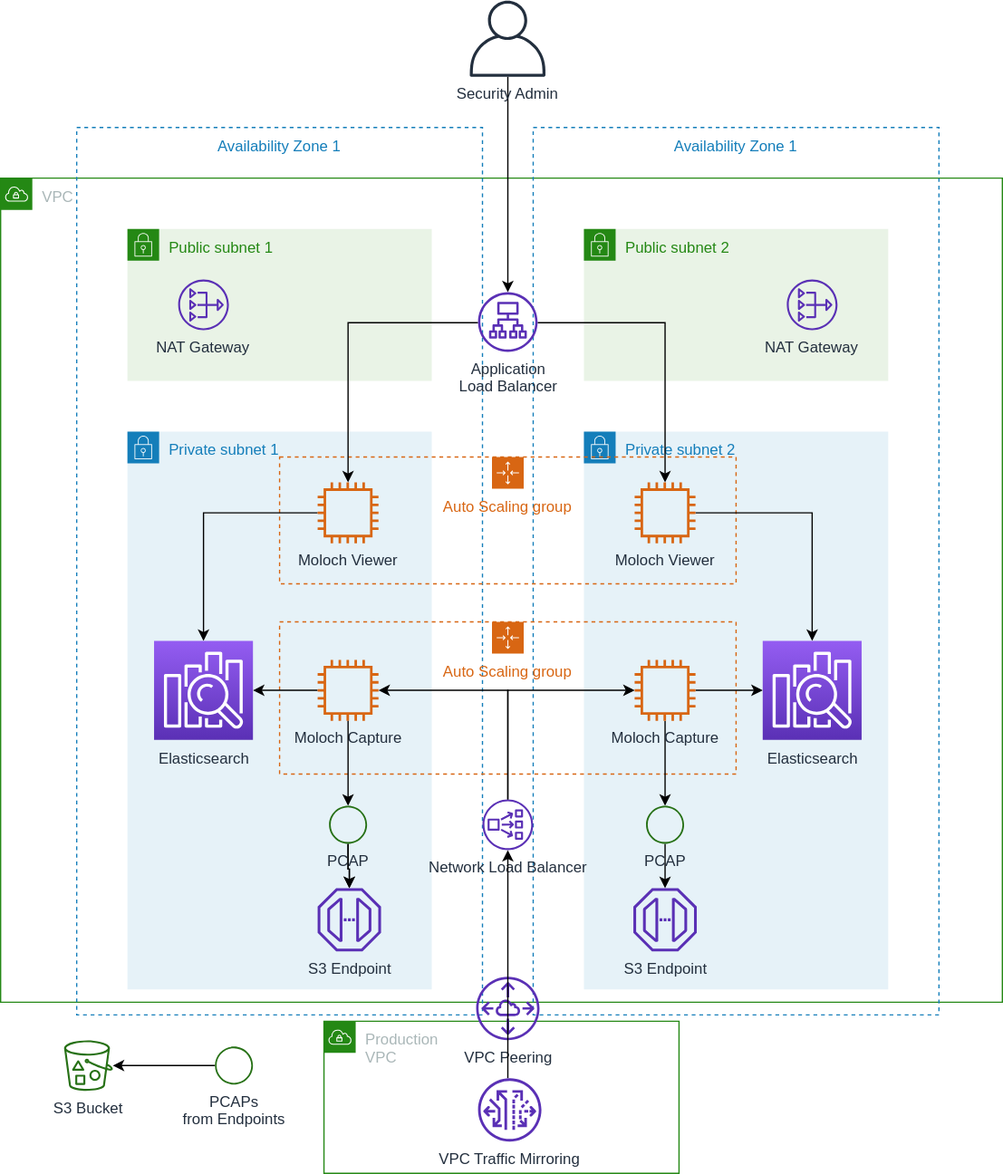
The draw.io diagram diagram.svg in fj604/arkime-vpc-cfn, before a commit. Source tidied: cells renumbered, new cells last; positions are measured from the earlier drawing's top-left corner, leaving out a move shared by most shapes.
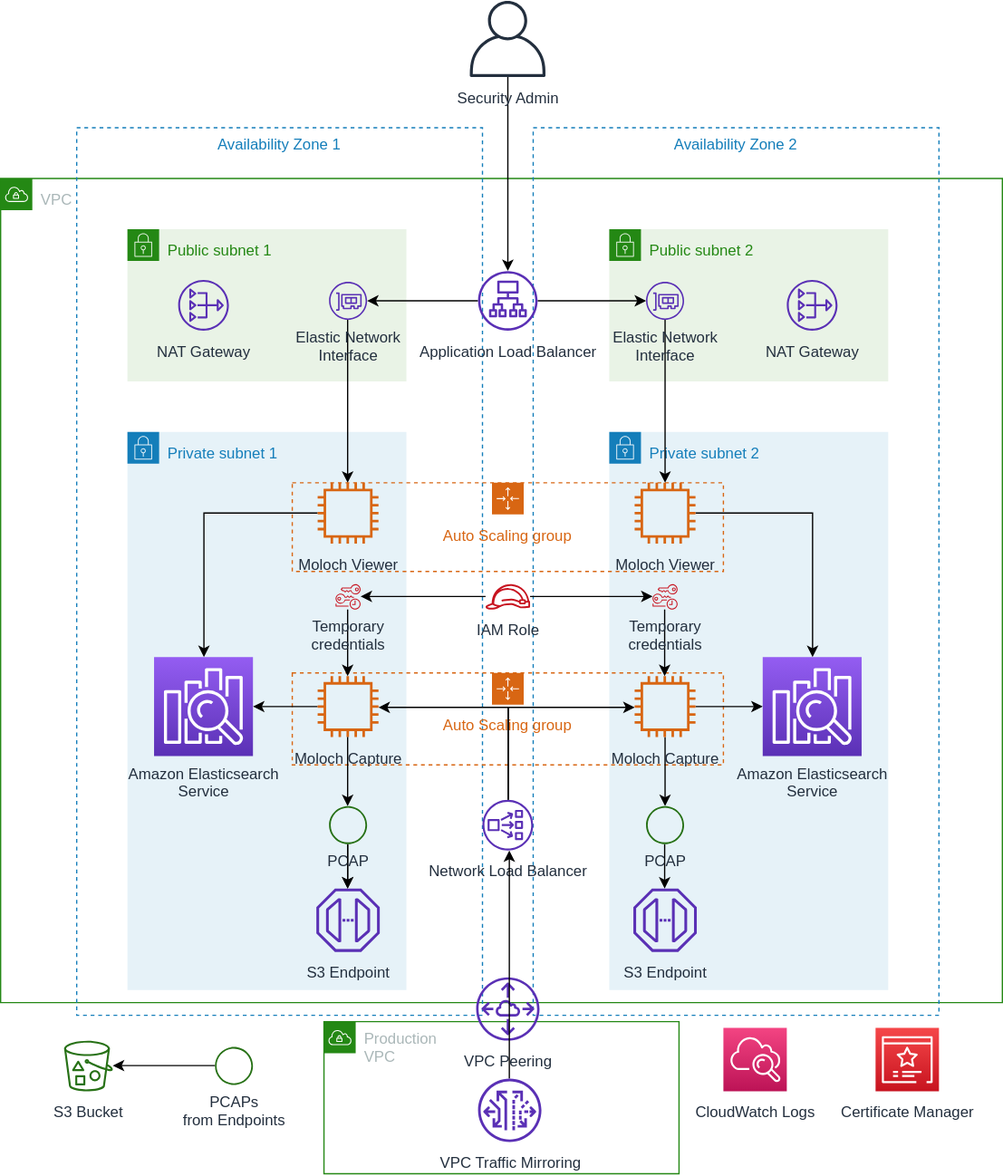
The same diagram one commit later.

The edit, as a diff of the source:
```diff
@@ -8,29 +8,29 @@
     <mxCell id="3" value="VPC" style="gradientColor=none;html=1;whiteSpace=wrap;fontSize=12;fontStyle=0;shape=mxgraph.aws4.group;grIcon=mxgraph.aws4.group_vpc;strokeColor=#248814;fillColor=none;verticalAlign=top;align=left;spacingLeft=30;fontColor=#AAB7B8;dashed=0;" parent="1" vertex="1">
       <mxGeometry y="140" width="790" height="650" as="geometry" />
     </mxCell>
-    <mxCell id="4" value="Availability Zone 1" style="fillColor=none;strokeColor=#147EBA;dashed=1;verticalAlign=top;fontStyle=0;fontColor=#147EBA;" parent="1" vertex="1">
+    <mxCell id="4" value="Availability Zone 2" style="fillColor=none;strokeColor=#147EBA;dashed=1;verticalAlign=top;fontStyle=0;fontColor=#147EBA;" parent="1" vertex="1">
       <mxGeometry x="420" y="100" width="320" height="700" as="geometry" />
     </mxCell>
     <mxCell id="5" value="Public subnet 2" style="gradientColor=none;html=1;whiteSpace=wrap;fontSize=12;fontStyle=0;shape=mxgraph.aws4.group;grIcon=mxgraph.aws4.group_security_group;grStroke=0;strokeColor=#248814;fillColor=#E9F3E6;verticalAlign=top;align=left;spacingLeft=30;fontColor=#248814;dashed=0;" parent="1" vertex="1">
-      <mxGeometry x="460" y="180" width="240" height="120" as="geometry" />
+      <mxGeometry x="480" y="180" width="220" height="120" as="geometry" />
     </mxCell>
     <mxCell id="6" value="Private subnet 2&lt;br&gt;" style="gradientColor=none;html=1;whiteSpace=wrap;fontSize=12;fontStyle=0;shape=mxgraph.aws4.group;grIcon=mxgraph.aws4.group_security_group;grStroke=0;strokeColor=#147EBA;fillColor=#E6F2F8;verticalAlign=top;align=left;spacingLeft=30;fontColor=#147EBA;dashed=0;" parent="1" vertex="1">
-      <mxGeometry x="460" y="340" width="240" height="440" as="geometry" />
+      <mxGeometry x="480" y="340" width="220" height="440" as="geometry" />
     </mxCell>
     <mxCell id="7" value="Availability Zone 1" style="fillColor=none;strokeColor=#147EBA;dashed=1;verticalAlign=top;fontStyle=0;fontColor=#147EBA;" parent="1" vertex="1">
       <mxGeometry x="60" y="100" width="320" height="700" as="geometry" />
     </mxCell>
     <mxCell id="8" value="Public subnet 1" style="gradientColor=none;html=1;whiteSpace=wrap;fontSize=12;fontStyle=0;shape=mxgraph.aws4.group;grIcon=mxgraph.aws4.group_security_group;grStroke=0;strokeColor=#248814;fillColor=#E9F3E6;verticalAlign=top;align=left;spacingLeft=30;fontColor=#248814;dashed=0;" parent="1" vertex="1">
-      <mxGeometry x="100" y="180" width="240" height="120" as="geometry" />
+      <mxGeometry x="100" y="180" width="220" height="120" as="geometry" />
     </mxCell>
     <mxCell id="9" value="Private subnet 1" style="gradientColor=none;html=1;whiteSpace=wrap;fontSize=12;fontStyle=0;shape=mxgraph.aws4.group;grIcon=mxgraph.aws4.group_security_group;grStroke=0;strokeColor=#147EBA;fillColor=#E6F2F8;verticalAlign=top;align=left;spacingLeft=30;fontColor=#147EBA;dashed=0;" parent="1" vertex="1">
-      <mxGeometry x="100" y="340" width="240" height="440" as="geometry" />
+      <mxGeometry x="100" y="340" width="220" height="440" as="geometry" />
     </mxCell>
     <mxCell id="10" value="Auto Scaling group" style="gradientColor=none;html=1;whiteSpace=wrap;fontSize=12;fontStyle=0;shape=mxgraph.aws4.groupCenter;grIcon=mxgraph.aws4.group_auto_scaling_group;grStroke=1;strokeColor=#D86613;fillColor=none;verticalAlign=top;align=center;fontColor=#D86613;dashed=1;spacingTop=25;" parent="1" vertex="1">
-      <mxGeometry x="220" y="360" width="360" height="100" as="geometry" />
+      <mxGeometry x="230" y="380" width="340" height="70" as="geometry" />
     </mxCell>
     <mxCell id="11" value="Auto Scaling group" style="gradientColor=none;html=1;whiteSpace=wrap;fontSize=12;fontStyle=0;shape=mxgraph.aws4.groupCenter;grIcon=mxgraph.aws4.group_auto_scaling_group;grStroke=1;strokeColor=#D86613;fillColor=none;verticalAlign=top;align=center;fontColor=#D86613;dashed=1;spacingTop=25;" parent="1" vertex="1">
-      <mxGeometry x="220" y="490" width="360" height="120" as="geometry" />
+      <mxGeometry x="230" y="530" width="340" height="72.5" as="geometry" />
     </mxCell>
     <mxCell id="12" style="edgeStyle=orthogonalEdgeStyle;rounded=0;jettySize=auto;html=1;" parent="1" edge="1" source="13" target="33">
       <mxGeometry relative="1" as="geometry" />
@@ -56,14 +56,14 @@
     <mxCell id="19" value="VPC Peering" style="fontColor=#232F3E;gradientColor=none;fillColor=#5A30B5;strokeColor=none;dashed=0;verticalLabelPosition=bottom;verticalAlign=top;align=center;html=1;fontSize=12;fontStyle=0;shape=mxgraph.aws4.peering;" parent="1" vertex="1">
       <mxGeometry x="375" y="770" width="50" height="50" as="geometry" />
     </mxCell>
-    <mxCell id="20" style="edgeStyle=orthogonalEdgeStyle;rounded=0;jettySize=auto;html=1;" parent="1" edge="1" source="22" target="13">
-      <mxGeometry relative="1" as="geometry" />
-    </mxCell>
-    <mxCell id="21" style="edgeStyle=orthogonalEdgeStyle;rounded=0;jettySize=auto;html=1;" parent="1" edge="1" source="22" target="16">
-      <mxGeometry relative="1" as="geometry" />
-    </mxCell>
+    <mxCell id="47" style="edgeStyle=orthogonalEdgeStyle;rounded=0;jettySize=auto;html=1;" parent="1" edge="1" source="22" target="59">
+      <mxGeometry relative="1" as="geometry" />
+    </mxCell>
+    <mxCell id="48" style="edgeStyle=orthogonalEdgeStyle;rounded=0;jettySize=auto;html=1;" parent="1" edge="1" source="22" target="61">
+      <mxGeometry relative="1" as="geometry" />
+    </mxCell>
-    <mxCell id="22" value="Application&lt;br&gt;Load Balancer" style="outlineConnect=0;fontColor=#232F3E;gradientColor=none;fillColor=#5A30B5;strokeColor=none;dashed=0;verticalLabelPosition=bottom;verticalAlign=top;align=center;html=1;fontSize=12;fontStyle=0;shape=mxgraph.aws4.application_load_balancer;" parent="1" vertex="1">
-      <mxGeometry x="376.5" y="230" width="47" height="47" as="geometry" />
+    <mxCell id="22" value="Application Load Balancer" style="outlineConnect=0;fontColor=#232F3E;gradientColor=none;fillColor=#5A30B5;strokeColor=none;dashed=0;verticalLabelPosition=bottom;verticalAlign=top;align=center;html=1;fontSize=12;fontStyle=0;shape=mxgraph.aws4.application_load_balancer;" parent="1" vertex="1">
+      <mxGeometry x="376.5" y="213" width="47" height="47" as="geometry" />
     </mxCell>
     <mxCell id="23" value="Network Load Balancer" style="outlineConnect=0;fontColor=#232F3E;gradientColor=none;fillColor=#5A30B5;strokeColor=none;dashed=0;verticalLabelPosition=bottom;verticalAlign=top;align=center;html=1;fontSize=12;fontStyle=0;shape=mxgraph.aws4.network_load_balancer;" parent="1" vertex="1">
       <mxGeometry x="380" y="630" width="40" height="40" as="geometry" />
@@ -75,7 +75,7 @@
       <mxGeometry relative="1" as="geometry" />
     </mxCell>
     <mxCell id="26" value="Moloch Capture" style="outlineConnect=0;fontColor=#232F3E;gradientColor=none;fillColor=#D86613;strokeColor=none;dashed=0;verticalLabelPosition=bottom;verticalAlign=top;align=center;html=1;fontSize=12;fontStyle=0;shape=mxgraph.aws4.instance2;" parent="1" vertex="1">
-      <mxGeometry x="250" y="520" width="48" height="48" as="geometry" />
+      <mxGeometry x="250" y="532.5" width="48" height="48" as="geometry" />
     </mxCell>
     <mxCell id="27" style="edgeStyle=orthogonalEdgeStyle;rounded=0;jettySize=auto;html=1;" parent="1" edge="1" source="30" target="34">
       <mxGeometry relative="1" as="geometry" />
@@ -86,12 +86,12 @@
     <mxCell id="29" style="edgeStyle=orthogonalEdgeStyle;rounded=0;jettySize=auto;html=1;" parent="1" edge="1" source="23" target="30">
       <mxGeometry relative="1" as="geometry">
         <Array as="points">
-          <mxPoint x="400" y="544" />
+          <mxPoint x="400" y="557" />
         </Array>
       </mxGeometry>
     </mxCell>
     <mxCell id="30" value="Moloch Capture" style="outlineConnect=0;fontColor=#232F3E;gradientColor=none;fillColor=#D86613;strokeColor=none;dashed=0;verticalLabelPosition=bottom;verticalAlign=top;align=center;html=1;fontSize=12;fontStyle=0;shape=mxgraph.aws4.instance2;" parent="1" vertex="1">
-      <mxGeometry x="500" y="520" width="48" height="48" as="geometry" />
+      <mxGeometry x="500" y="532.5" width="48" height="48" as="geometry" />
     </mxCell>
     <mxCell id="31" style="edgeStyle=orthogonalEdgeStyle;rounded=0;jettySize=auto;html=1;" parent="1" edge="1" source="32" target="23">
       <mxGeometry relative="1" as="geometry">
@@ -104,14 +104,14 @@
     <mxCell id="32" value="VPC Traffic Mirroring" style="outlineConnect=0;fontColor=#232F3E;gradientColor=none;fillColor=#5A30B5;strokeColor=none;dashed=0;verticalLabelPosition=bottom;verticalAlign=top;align=center;html=1;fontSize=12;fontStyle=0;shape=mxgraph.aws4.vpc_traffic_mirroring;" parent="1" vertex="1">
       <mxGeometry x="376.5" y="850" width="50" height="50" as="geometry" />
     </mxCell>
-    <mxCell id="33" value="Elasticsearch" style="outlineConnect=0;fontColor=#232F3E;gradientColor=#945DF2;gradientDirection=north;fillColor=#5A30B5;strokeColor=#ffffff;dashed=0;verticalLabelPosition=bottom;verticalAlign=top;align=center;html=1;fontSize=12;fontStyle=0;shape=mxgraph.aws4.resourceIcon;resIcon=mxgraph.aws4.elasticsearch_service;" parent="1" vertex="1">
-      <mxGeometry x="121" y="505" width="78" height="78" as="geometry" />
+    <mxCell id="33" value="Amazon Elasticsearch&lt;br&gt;Service" style="outlineConnect=0;fontColor=#232F3E;gradientColor=#945DF2;gradientDirection=north;fillColor=#5A30B5;strokeColor=#ffffff;dashed=0;verticalLabelPosition=bottom;verticalAlign=top;align=center;html=1;fontSize=12;fontStyle=0;shape=mxgraph.aws4.resourceIcon;resIcon=mxgraph.aws4.elasticsearch_service;" parent="1" vertex="1">
+      <mxGeometry x="121" y="517.5" width="78" height="78" as="geometry" />
     </mxCell>
-    <mxCell id="34" value="Elasticsearch" style="outlineConnect=0;fontColor=#232F3E;gradientColor=#945DF2;gradientDirection=north;fillColor=#5A30B5;strokeColor=#ffffff;dashed=0;verticalLabelPosition=bottom;verticalAlign=top;align=center;html=1;fontSize=12;fontStyle=0;shape=mxgraph.aws4.resourceIcon;resIcon=mxgraph.aws4.elasticsearch_service;" parent="1" vertex="1">
-      <mxGeometry x="601" y="505" width="78" height="78" as="geometry" />
+    <mxCell id="34" value="Amazon Elasticsearch&lt;br&gt;Service" style="outlineConnect=0;fontColor=#232F3E;gradientColor=#945DF2;gradientDirection=north;fillColor=#5A30B5;strokeColor=#ffffff;dashed=0;verticalLabelPosition=bottom;verticalAlign=top;align=center;html=1;fontSize=12;fontStyle=0;shape=mxgraph.aws4.resourceIcon;resIcon=mxgraph.aws4.elasticsearch_service;" parent="1" vertex="1">
+      <mxGeometry x="601" y="517.5" width="78" height="78" as="geometry" />
     </mxCell>
     <mxCell id="35" value="S3 Endpoint" style="outlineConnect=0;fontColor=#232F3E;gradientColor=none;fillColor=#5A30B5;strokeColor=none;dashed=0;verticalLabelPosition=bottom;verticalAlign=top;align=center;html=1;fontSize=12;fontStyle=0;shape=mxgraph.aws4.endpoint;" parent="1" vertex="1">
-      <mxGeometry x="250" y="700" width="50" height="50" as="geometry" />
+      <mxGeometry x="249" y="700" width="50" height="50" as="geometry" />
     </mxCell>
     <mxCell id="36" value="S3 Endpoint" style="outlineConnect=0;fontColor=#232F3E;gradientColor=none;fillColor=#5A30B5;strokeColor=none;dashed=0;verticalLabelPosition=bottom;verticalAlign=top;align=center;html=1;fontSize=12;fontStyle=0;shape=mxgraph.aws4.endpoint;" parent="1" vertex="1">
       <mxGeometry x="499" y="700" width="50" height="50" as="geometry" />
@@ -146,9 +146,48 @@
     <mxCell id="46" style="edgeStyle=orthogonalEdgeStyle;rounded=0;jettySize=auto;html=1;" parent="1" edge="1" source="23" target="26">
       <mxGeometry relative="1" as="geometry">
         <Array as="points">
-          <mxPoint x="400" y="544" />
+          <mxPoint x="400" y="557" />
         </Array>
       </mxGeometry>
     </mxCell>
+    <mxCell id="49" value="CloudWatch Logs" style="fontColor=#232F3E;gradientColor=#F34482;gradientDirection=north;fillColor=#BC1356;strokeColor=#ffffff;dashed=0;verticalLabelPosition=bottom;verticalAlign=top;align=center;html=1;fontSize=12;fontStyle=0;shape=mxgraph.aws4.resourceIcon;resIcon=mxgraph.aws4.cloudwatch;" parent="1" vertex="1">
+      <mxGeometry x="570" y="810" width="50" height="50" as="geometry" />
+    </mxCell>
+    <mxCell id="50" style="edgeStyle=orthogonalEdgeStyle;rounded=0;jettySize=auto;html=1;" parent="1" edge="1" source="52" target="54">
+      <mxGeometry relative="1" as="geometry" />
+    </mxCell>
+    <mxCell id="51" style="edgeStyle=orthogonalEdgeStyle;rounded=0;jettySize=auto;html=1;" parent="1" edge="1" source="52" target="56">
+      <mxGeometry relative="1" as="geometry" />
+    </mxCell>
+    <mxCell id="52" value="IAM Role" style="outlineConnect=0;fontColor=#232F3E;gradientColor=none;fillColor=#C7131F;strokeColor=none;dashed=0;verticalLabelPosition=bottom;verticalAlign=top;align=center;html=1;fontSize=12;fontStyle=0;shape=mxgraph.aws4.role;" parent="1" vertex="1">
+      <mxGeometry x="382.3" y="460" width="35.5" height="20" as="geometry" />
+    </mxCell>
+    <mxCell id="53" style="edgeStyle=orthogonalEdgeStyle;rounded=0;jettySize=auto;html=1;" parent="1" edge="1" source="54" target="30">
+      <mxGeometry relative="1" as="geometry" />
+    </mxCell>
+    <mxCell id="54" value="Temporary&lt;br&gt;credentials" style="outlineConnect=0;fontColor=#232F3E;gradientColor=none;fillColor=#C7131F;strokeColor=none;dashed=0;verticalLabelPosition=bottom;verticalAlign=top;align=center;html=1;fontSize=12;fontStyle=0;shape=mxgraph.aws4.temporary_security_credential;" parent="1" vertex="1">
+      <mxGeometry x="514.1" y="460" width="19.7" height="20" as="geometry" />
+    </mxCell>
+    <mxCell id="55" style="edgeStyle=orthogonalEdgeStyle;rounded=0;jettySize=auto;html=1;" parent="1" edge="1" source="56" target="26">
+      <mxGeometry relative="1" as="geometry" />
+    </mxCell>
+    <mxCell id="56" value="Temporary&lt;br&gt;credentials" style="outlineConnect=0;fontColor=#232F3E;gradientColor=none;fillColor=#C7131F;strokeColor=none;dashed=0;verticalLabelPosition=bottom;verticalAlign=top;align=center;html=1;fontSize=12;fontStyle=0;shape=mxgraph.aws4.temporary_security_credential;" parent="1" vertex="1">
+      <mxGeometry x="264.1" y="460" width="19.7" height="20" as="geometry" />
+    </mxCell>
+    <mxCell id="57" value="Certificate Manager" style="fontColor=#232F3E;gradientColor=#F54749;gradientDirection=north;fillColor=#C7131F;strokeColor=#ffffff;dashed=0;verticalLabelPosition=bottom;verticalAlign=top;align=center;html=1;fontSize=12;fontStyle=0;shape=mxgraph.aws4.resourceIcon;resIcon=mxgraph.aws4.certificate_manager_3;" parent="1" vertex="1">
+      <mxGeometry x="690" y="810" width="50" height="50" as="geometry" />
+    </mxCell>
+    <mxCell id="58" style="edgeStyle=orthogonalEdgeStyle;rounded=0;jettySize=auto;html=1;" parent="1" edge="1" source="59" target="13">
+      <mxGeometry relative="1" as="geometry" />
+    </mxCell>
+    <mxCell id="59" value="Elastic Network&lt;br&gt;Interface" style="outlineConnect=0;fontColor=#232F3E;gradientColor=none;fillColor=#5A30B5;strokeColor=none;dashed=0;verticalLabelPosition=bottom;verticalAlign=top;align=center;html=1;fontSize=12;fontStyle=0;shape=mxgraph.aws4.elastic_network_interface;" parent="1" vertex="1">
+      <mxGeometry x="259" y="221.5" width="30" height="30" as="geometry" />
+    </mxCell>
+    <mxCell id="60" style="edgeStyle=orthogonalEdgeStyle;rounded=0;jettySize=auto;html=1;" parent="1" edge="1" source="61" target="16">
+      <mxGeometry relative="1" as="geometry" />
+    </mxCell>
+    <mxCell id="61" value="Elastic Network&lt;br&gt;Interface" style="outlineConnect=0;fontColor=#232F3E;gradientColor=none;fillColor=#5A30B5;strokeColor=none;dashed=0;verticalLabelPosition=bottom;verticalAlign=top;align=center;html=1;fontSize=12;fontStyle=0;shape=mxgraph.aws4.elastic_network_interface;" parent="1" vertex="1">
+      <mxGeometry x="509" y="221.5" width="30" height="30" as="geometry" />
+    </mxCell>
   </root>
 </mxGraphModel>
```
